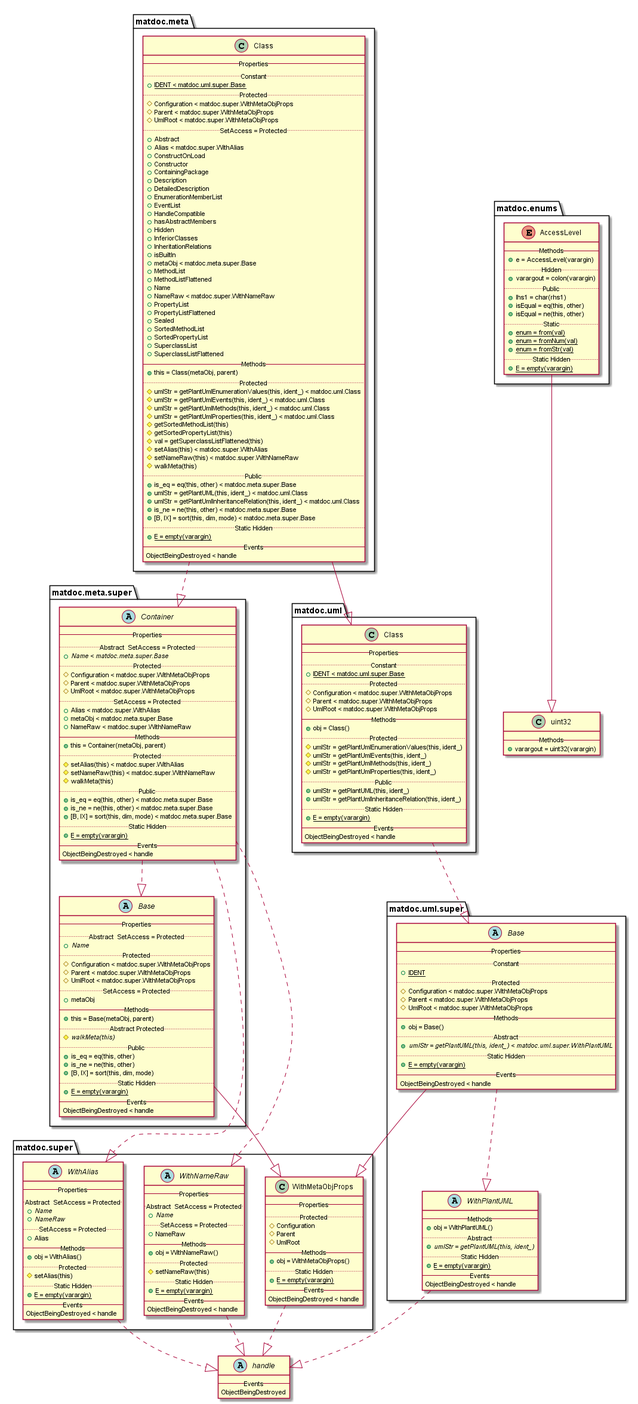
Before: doc/uml-examples/export-class-HideEnumerationMember-true.png, a diagram exported from PlantUML (flxdot/matdoc).
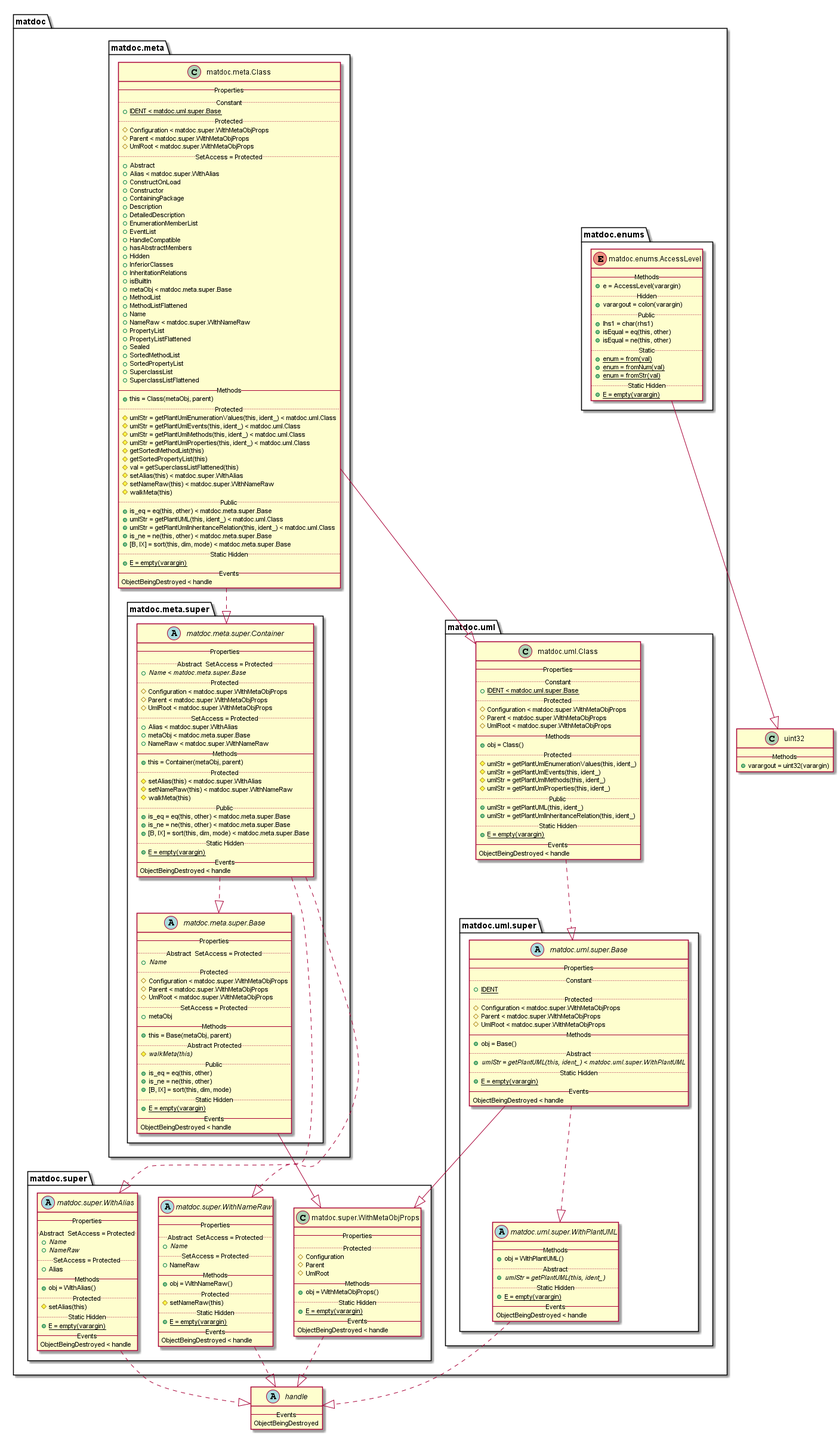
The same file after the commit.

What changed in the source:
```diff
@@ -1,243 +1,273 @@
 @startuml
+
+set namespaceSeparator none
 
 abstract class handle {
    -- Events --
    ObjectBeingDestroyed
 }
 
-enum matdoc.enums.AccessLevel {
-   -- Methods --
-   {method} + e = AccessLevel(varargin)
-   .. Hidden ..
-   {method} + varargout = colon(varargin)
-   .. Public ..
-   {method} + lhs1 = char(rhs1)
-   {method} + isEqual = eq(this, other)
-   {method} + isEqual = ne(this, other)
-   .. Static ..
-   {method} {static} + enum = from(val)
-   {method} {static} + enum = fromNum(val)
-   {method} {static} + enum = fromStr(val)
-   .. Static Hidden ..
-   {method} {static} + E = empty(varargin)
-}
-
-class matdoc.meta.Class {
-   -- Properties --
-   .. Constant ..
-   {field} {static} + IDENT < matdoc.uml.super.Base
-   .. Protected ..
-   {field} # Configuration < matdoc.super.WithMetaObjProps
-   {field} # Parent < matdoc.super.WithMetaObjProps
-   {field} # UmlRoot < matdoc.super.WithMetaObjProps
-   .. SetAccess = Protected ..
-   {field} + Abstract
-   {field} + Alias < matdoc.super.WithAlias
-   {field} + ConstructOnLoad
-   {field} + Constructor
-   {field} + ContainingPackage
-   {field} + Description
-   {field} + DetailedDescription
-   {field} + EnumerationMemberList
-   {field} + EventList
-   {field} + HandleCompatible
-   {field} + hasAbstractMembers
-   {field} + Hidden
-   {field} + InferiorClasses
-   {field} + InheritationRelations
-   {field} + isBuiltIn
-   {field} + metaObj < matdoc.meta.super.Base
-   {field} + MethodList
-   {field} + MethodListFlattened
-   {field} + Name
-   {field} + NameRaw < matdoc.super.WithNameRaw
-   {field} + PropertyList
-   {field} + PropertyListFlattened
-   {field} + Sealed
-   {field} + SortedMethodList
-   {field} + SortedPropertyList
-   {field} + SuperclassList
-   {field} + SuperclassListFlattened
-   -- Methods --
-   {method} + this = Class(metaObj, parent)
-   .. Protected ..
-   {method} # umlStr = getPlantUmlEnumerationValues(this, ident_) < matdoc.uml.Class
-   {method} # umlStr = getPlantUmlEvents(this, ident_) < matdoc.uml.Class
-   {method} # umlStr = getPlantUmlMethods(this, ident_) < matdoc.uml.Class
-   {method} # umlStr = getPlantUmlProperties(this, ident_) < matdoc.uml.Class
-   {method} # getSortedMethodList(this)
-   {method} # getSortedPropertyList(this)
-   {method} # val = getSuperclassListFlattened(this)
-   {method} # setAlias(this) < matdoc.super.WithAlias
-   {method} # setNameRaw(this) < matdoc.super.WithNameRaw
-   {method} # walkMeta(this)
-   .. Public ..
-   {method} + is_eq = eq(this, other) < matdoc.meta.super.Base
-   {method} + umlStr = getPlantUML(this, ident_) < matdoc.uml.Class
-   {method} + umlStr = getPlantUmlInheritanceRelation(this, ident_) < matdoc.uml.Class
-   {method} + is_ne = ne(this, other) < matdoc.meta.super.Base
-   {method} + [B, IX] = sort(this, dim, mode) < matdoc.meta.super.Base
-   .. Static Hidden ..
-   {method} {static} + E = empty(varargin)
-   -- Events --
-   ObjectBeingDestroyed < handle
-}
-
-abstract class matdoc.meta.super.Base {
-   -- Properties --
-   .. Abstract  SetAccess = Protected ..
-   {field} {abstract} + Name
-   .. Protected ..
-   {field} # Configuration < matdoc.super.WithMetaObjProps
-   {field} # Parent < matdoc.super.WithMetaObjProps
-   {field} # UmlRoot < matdoc.super.WithMetaObjProps
-   .. SetAccess = Protected ..
-   {field} + metaObj
-   -- Methods --
-   {method} + this = Base(metaObj, parent)
-   .. Abstract Protected ..
-   {method} {abstract} # walkMeta(this)
-   .. Public ..
-   {method} + is_eq = eq(this, other)
-   {method} + is_ne = ne(this, other)
-   {method} + [B, IX] = sort(this, dim, mode)
-   .. Static Hidden ..
-   {method} {static} + E = empty(varargin)
-   -- Events --
-   ObjectBeingDestroyed < handle
-}
-
-abstract class matdoc.meta.super.Container {
-   -- Properties --
-   .. Abstract  SetAccess = Protected ..
-   {field} {abstract} + Name < matdoc.meta.super.Base
-   .. Protected ..
-   {field} # Configuration < matdoc.super.WithMetaObjProps
-   {field} # Parent < matdoc.super.WithMetaObjProps
-   {field} # UmlRoot < matdoc.super.WithMetaObjProps
-   .. SetAccess = Protected ..
-   {field} + Alias < matdoc.super.WithAlias
-   {field} + metaObj < matdoc.meta.super.Base
-   {field} + NameRaw < matdoc.super.WithNameRaw
-   -- Methods --
-   {method} + this = Container(metaObj, parent)
-   .. Protected ..
-   {method} # setAlias(this) < matdoc.super.WithAlias
-   {method} # setNameRaw(this) < matdoc.super.WithNameRaw
-   {method} # walkMeta(this)
-   .. Public ..
-   {method} + is_eq = eq(this, other) < matdoc.meta.super.Base
-   {method} + is_ne = ne(this, other) < matdoc.meta.super.Base
-   {method} + [B, IX] = sort(this, dim, mode) < matdoc.meta.super.Base
-   .. Static Hidden ..
-   {method} {static} + E = empty(varargin)
-   -- Events --
-   ObjectBeingDestroyed < handle
-}
-
-abstract class matdoc.super.WithAlias {
-   -- Properties --
-   .. Abstract  SetAccess = Protected ..
-   {field} {abstract} + Name
-   {field} {abstract} + NameRaw
-   .. SetAccess = Protected ..
-   {field} + Alias
-   -- Methods --
-   {method} + obj = WithAlias()
-   .. Protected ..
-   {method} # setAlias(this)
-   .. Static Hidden ..
-   {method} {static} + E = empty(varargin)
-   -- Events --
-   ObjectBeingDestroyed < handle
-}
-
-class matdoc.super.WithMetaObjProps {
-   -- Properties --
-   .. Protected ..
-   {field} # Configuration
-   {field} # Parent
-   {field} # UmlRoot
-   -- Methods --
-   {method} + obj = WithMetaObjProps()
-   .. Static Hidden ..
-   {method} {static} + E = empty(varargin)
-   -- Events --
-   ObjectBeingDestroyed < handle
-}
-
-abstract class matdoc.super.WithNameRaw {
-   -- Properties --
-   .. Abstract  SetAccess = Protected ..
-   {field} {abstract} + Name
-   .. SetAccess = Protected ..
-   {field} + NameRaw
-   -- Methods --
-   {method} + obj = WithNameRaw()
-   .. Protected ..
-   {method} # setNameRaw(this)
-   .. Static Hidden ..
-   {method} {static} + E = empty(varargin)
-   -- Events --
-   ObjectBeingDestroyed < handle
-}
-
-class matdoc.uml.Class {
-   -- Properties --
-   .. Constant ..
-   {field} {static} + IDENT < matdoc.uml.super.Base
-   .. Protected ..
-   {field} # Configuration < matdoc.super.WithMetaObjProps
-   {field} # Parent < matdoc.super.WithMetaObjProps
-   {field} # UmlRoot < matdoc.super.WithMetaObjProps
-   -- Methods --
-   {method} + obj = Class()
-   .. Protected ..
-   {method} # umlStr = getPlantUmlEnumerationValues(this, ident_)
-   {method} # umlStr = getPlantUmlEvents(this, ident_)
-   {method} # umlStr = getPlantUmlMethods(this, ident_)
-   {method} # umlStr = getPlantUmlProperties(this, ident_)
-   .. Public ..
-   {method} + umlStr = getPlantUML(this, ident_)
-   {method} + umlStr = getPlantUmlInheritanceRelation(this, ident_)
-   .. Static Hidden ..
-   {method} {static} + E = empty(varargin)
-   -- Events --
-   ObjectBeingDestroyed < handle
-}
-
-abstract class matdoc.uml.super.Base {
-   -- Properties --
-   .. Constant ..
-   {field} {static} + IDENT
-   .. Protected ..
-   {field} # Configuration < matdoc.super.WithMetaObjProps
-   {field} # Parent < matdoc.super.WithMetaObjProps
-   {field} # UmlRoot < matdoc.super.WithMetaObjProps
-   -- Methods --
-   {method} + obj = Base()
-   .. Abstract ..
-   {method} {abstract} + umlStr = getPlantUML(this, ident_) < matdoc.uml.super.WithPlantUML
-   .. Static Hidden ..
-   {method} {static} + E = empty(varargin)
-   -- Events --
-   ObjectBeingDestroyed < handle
-}
-
-abstract class matdoc.uml.super.WithPlantUML {
-   -- Methods --
-   {method} + obj = WithPlantUML()
-   .. Abstract ..
-   {method} {abstract} + umlStr = getPlantUML(this, ident_)
-   .. Static Hidden ..
-   {method} {static} + E = empty(varargin)
-   -- Events --
-   ObjectBeingDestroyed < handle
-}
-
 class uint32 {
    -- Methods --
    {method} + varargout = uint32(varargin)
+}
+
+package matdoc {
+
+   package matdoc.enums {
+
+      enum matdoc.enums.AccessLevel {
+         -- Methods --
+         {method} + e = AccessLevel(varargin)
+         .. Hidden ..
+         {method} + varargout = colon(varargin)
+         .. Public ..
+         {method} + lhs1 = char(rhs1)
+         {method} + isEqual = eq(this, other)
+         {method} + isEqual = ne(this, other)
+         .. Static ..
+         {method} {static} + enum = from(val)
+         {method} {static} + enum = fromNum(val)
+         {method} {static} + enum = fromStr(val)
+         .. Static Hidden ..
+         {method} {static} + E = empty(varargin)
+      }
+
+   }
+
+   package matdoc.meta {
+
+      class matdoc.meta.Class {
+         -- Properties --
+         .. Constant ..
+         {field} {static} + IDENT < matdoc.uml.super.Base
+         .. Protected ..
+         {field} # Configuration < matdoc.super.WithMetaObjProps
+         {field} # Parent < matdoc.super.WithMetaObjProps
+         {field} # UmlRoot < matdoc.super.WithMetaObjProps
+         .. SetAccess = Protected ..
+         {field} + Abstract
+         {field} + Alias < matdoc.super.WithAlias
+         {field} + ConstructOnLoad
+         {field} + Constructor
+         {field} + ContainingPackage
+         {field} + Description
+         {field} + DetailedDescription
+         {field} + EnumerationMemberList
+         {field} + EventList
+         {field} + HandleCompatible
+         {field} + hasAbstractMembers
+         {field} + Hidden
+         {field} + InferiorClasses
+         {field} + InheritationRelations
+         {field} + isBuiltIn
+         {field} + metaObj < matdoc.meta.super.Base
+         {field} + MethodList
+         {field} + MethodListFlattened
+         {field} + Name
+         {field} + NameRaw < matdoc.super.WithNameRaw
+         {field} + PropertyList
+         {field} + PropertyListFlattened
+         {field} + Sealed
+         {field} + SortedMethodList
+         {field} + SortedPropertyList
+         {field} + SuperclassList
+         {field} + SuperclassListFlattened
+         -- Methods --
+         {method} + this = Class(metaObj, parent)
+         .. Protected ..
+         {method} # umlStr = getPlantUmlEnumerationValues(this, ident_) < matdoc.uml.Class
+         {method} # umlStr = getPlantUmlEvents(this, ident_) < matdoc.uml.Class
+         {method} # umlStr = getPlantUmlMethods(this, ident_) < matdoc.uml.Class
+         {method} # umlStr = getPlantUmlProperties(this, ident_) < matdoc.uml.Class
+         {method} # getSortedMethodList(this)
+         {method} # getSortedPropertyList(this)
+         {method} # val = getSuperclassListFlattened(this)
+         {method} # setAlias(this) < matdoc.super.WithAlias
+         {method} # setNameRaw(this) < matdoc.super.WithNameRaw
+         {method} # walkMeta(this)
+         .. Public ..
+         {method} + is_eq = eq(this, other) < matdoc.meta.super.Base
+         {method} + umlStr = getPlantUML(this, ident_) < matdoc.uml.Class
+         {method} + umlStr = getPlantUmlInheritanceRelation(this, ident_) < matdoc.uml.Class
+         {method} + is_ne = ne(this, other) < matdoc.meta.super.Base
+         {method} + [B, IX] = sort(this, dim, mode) < matdoc.meta.super.Base
+         .. Static Hidden ..
+         {method} {static} + E = empty(varargin)
+         -- Events --
+         ObjectBeingDestroyed < handle
+      }
+
+      package matdoc.meta.super {
+
+         abstract class matdoc.meta.super.Base {
+            -- Properties --
+            .. Abstract  SetAccess = Protected ..
+            {field} {abstract} + Name
+            .. Protected ..
+            {field} # Configuration < matdoc.super.WithMetaObjProps
+            {field} # Parent < matdoc.super.WithMetaObjProps
+            {field} # UmlRoot < matdoc.super.WithMetaObjProps
+            .. SetAccess = Protected ..
+            {field} + metaObj
+            -- Methods --
+            {method} + this = Base(metaObj, parent)
+            .. Abstract Protected ..
+            {method} {abstract} # walkMeta(this)
+            .. Public ..
+            {method} + is_eq = eq(this, other)
+            {method} + is_ne = ne(this, other)
+            {method} + [B, IX] = sort(this, dim, mode)
+            .. Static Hidden ..
+            {method} {static} + E = empty(varargin)
+            -- Events --
+            ObjectBeingDestroyed < handle
+         }
+
+         abstract class matdoc.meta.super.Container {
+            -- Properties --
+            .. Abstract  SetAccess = Protected ..
+            {field} {abstract} + Name < matdoc.meta.super.Base
+            .. Protected ..
+            {field} # Configuration < matdoc.super.WithMetaObjProps
+            {field} # Parent < matdoc.super.WithMetaObjProps
+            {field} # UmlRoot < matdoc.super.WithMetaObjProps
+            .. SetAccess = Protected ..
+            {field} + Alias < matdoc.super.WithAlias
+            {field} + metaObj < matdoc.meta.super.Base
+            {field} + NameRaw < matdoc.super.WithNameRaw
+            -- Methods --
+            {method} + this = Container(metaObj, parent)
+            .. Protected ..
+            {method} # setAlias(this) < matdoc.super.WithAlias
+            {method} # setNameRaw(this) < matdoc.super.WithNameRaw
+            {method} # walkMeta(this)
+            .. Public ..
+            {method} + is_eq = eq(this, other) < matdoc.meta.super.Base
+            {method} + is_ne = ne(this, other) < matdoc.meta.super.Base
+            {method} + [B, IX] = sort(this, dim, mode) < matdoc.meta.super.Base
+            .. Static Hidden ..
+            {method} {static} + E = empty(varargin)
+            -- Events --
+            ObjectBeingDestroyed < handle
+         }
+
+      }
+
+   }
+
+   package matdoc.super {
+
+      abstract class matdoc.super.WithAlias {
+         -- Properties --
+         .. Abstract  SetAccess = Protected ..
+         {field} {abstract} + Name
+         {field} {abstract} + NameRaw
+         .. SetAccess = Protected ..
+         {field} + Alias
+         -- Methods --
+         {method} + obj = WithAlias()
+         .. Protected ..
+         {method} # setAlias(this)
+         .. Static Hidden ..
+         {method} {static} + E = empty(varargin)
+         -- Events --
+         ObjectBeingDestroyed < handle
+      }
+
+      class matdoc.super.WithMetaObjProps {
+         -- Properties --
+         .. Protected ..
+         {field} # Configuration
+         {field} # Parent
+         {field} # UmlRoot
+         -- Methods --
+         {method} + obj = WithMetaObjProps()
+         .. Static Hidden ..
+         {method} {static} + E = empty(varargin)
+         -- Events --
+         ObjectBeingDestroyed < handle
+      }
+
+      abstract class matdoc.super.WithNameRaw {
+         -- Properties --
+         .. Abstract  SetAccess = Protected ..
+         {field} {abstract} + Name
+         .. SetAccess = Protected ..
+         {field} + NameRaw
+         -- Methods --
+         {method} + obj = WithNameRaw()
+         .. Protected ..
+         {method} # setNameRaw(this)
+         .. Static Hidden ..
+         {method} {static} + E = empty(varargin)
+         -- Events --
+         ObjectBeingDestroyed < handle
+      }
+
+   }
+
+   package matdoc.uml {
+
+      class matdoc.uml.Class {
+         -- Properties --
+         .. Constant ..
+         {field} {static} + IDENT < matdoc.uml.super.Base
+         .. Protected ..
+         {field} # Configuration < matdoc.super.WithMetaObjProps
+         {field} # Parent < matdoc.super.WithMetaObjProps
+         {field} # UmlRoot < matdoc.super.WithMetaObjProps
+         -- Methods --
+         {method} + obj = Class()
+         .. Protected ..
+         {method} # umlStr = getPlantUmlEnumerationValues(this, ident_)
+         {method} # umlStr = getPlantUmlEvents(this, ident_)
+         {method} # umlStr = getPlantUmlMethods(this, ident_)
+         {method} # umlStr = getPlantUmlProperties(this, ident_)
+         .. Public ..
+         {method} + umlStr = getPlantUML(this, ident_)
+         {method} + umlStr = getPlantUmlInheritanceRelation(this, ident_)
+         .. Static Hidden ..
+         {method} {static} + E = empty(varargin)
+         -- Events --
+         ObjectBeingDestroyed < handle
+      }
+
+      package matdoc.uml.super {
+
+         abstract class matdoc.uml.super.Base {
+            -- Properties --
+            .. Constant ..
+            {field} {static} + IDENT
+            .. Protected ..
+            {field} # Configuration < matdoc.super.WithMetaObjProps
+            {field} # Parent < matdoc.super.WithMetaObjProps
+            {field} # UmlRoot < matdoc.super.WithMetaObjProps
+            -- Methods --
+            {method} + obj = Base()
+            .. Abstract ..
+            {method} {abstract} + umlStr = getPlantUML(this, ident_) < matdoc.uml.super.WithPlantUML
+            .. Static Hidden ..
+            {method} {static} + E = empty(varargin)
+            -- Events --
+            ObjectBeingDestroyed < handle
+         }
+
+         abstract class matdoc.uml.super.WithPlantUML {
+            -- Methods --
+            {method} + obj = WithPlantUML()
+            .. Abstract ..
+            {method} {abstract} + umlStr = getPlantUML(this, ident_)
+            .. Static Hidden ..
+            {method} {static} + E = empty(varargin)
+            -- Events --
+            ObjectBeingDestroyed < handle
+         }
+
+      }
+
+   }
+
 }
 
 
@@ -256,5 +286,4 @@
 matdoc.uml.super.Base ..|> matdoc.uml.super.WithPlantUML
 matdoc.uml.super.WithPlantUML ..|> handle
 
-
 @enduml
```
